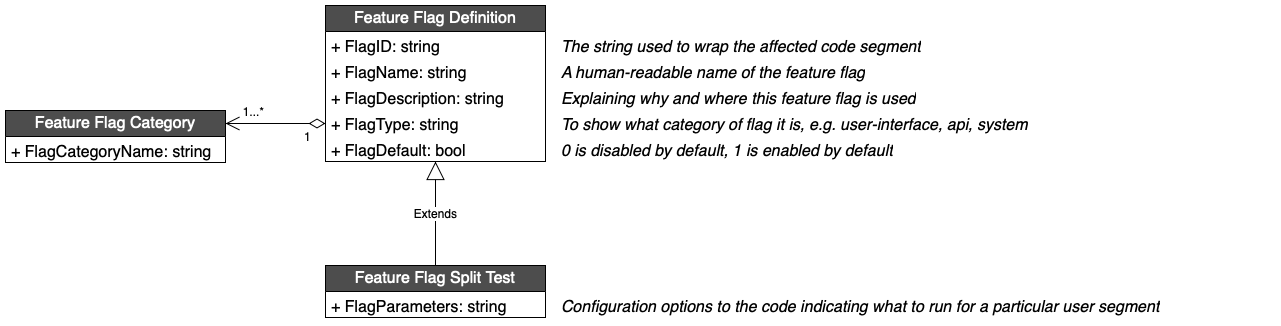
Earlier version of the draw.io export assets/img/blog/feature-flag-data-structure.png (jgraph/www.diagrams.net-source). Source tidied: cells renumbered, new cells last; positions are measured from the earlier drawing's top-left corner, leaving out a move shared by most shapes.
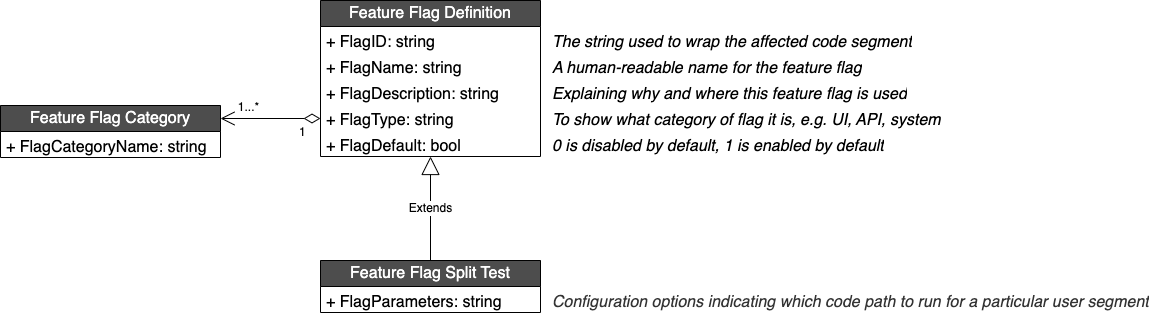
Later version of the same file.

What changed in the source:
```diff
@@ -20,23 +20,23 @@
     <mxCell id="7" value="+ FlagDefault: bool" style="text;strokeColor=none;fillColor=none;align=left;verticalAlign=top;spacingLeft=4;spacingRight=4;overflow=hidden;whiteSpace=wrap;html=1;fontSize=16;" parent="2" vertex="1">
       <mxGeometry y="130" width="220" height="26" as="geometry" />
     </mxCell>
-    <mxCell id="8" style="swimlane;fontStyle=2;horizontal=1;startSize=26;fillColor=none;whiteSpace=wrap;html=1;fontSize=16;strokeColor=none;" parent="1" vertex="1">
-      <mxGeometry x="550" width="720" height="156" as="geometry" />
+    <mxCell id="8" style="swimlane;fontStyle=2;horizontal=1;startSize=26;fillColor=none;whiteSpace=wrap;html=1;fontSize=16;strokeColor=none;fontColor=#333333;" parent="1" vertex="1">
+      <mxGeometry x="546" width="600" height="156" as="geometry" />
     </mxCell>
     <mxCell id="9" value="The string used to wrap the affected code segment" style="text;strokeColor=none;fillColor=none;align=left;verticalAlign=top;spacingLeft=4;spacingRight=4;overflow=hidden;whiteSpace=wrap;html=1;fontSize=16;fontStyle=2;" parent="8" vertex="1">
-      <mxGeometry y="26" width="720" height="26" as="geometry" />
+      <mxGeometry y="26" width="600" height="26" as="geometry" />
     </mxCell>
-    <mxCell id="10" value="A human-readable name of the feature flag" style="text;strokeColor=none;fillColor=none;align=left;verticalAlign=top;spacingLeft=4;spacingRight=4;overflow=hidden;whiteSpace=wrap;html=1;fontSize=16;fontStyle=2;" parent="8" vertex="1">
-      <mxGeometry y="52" width="720" height="26" as="geometry" />
+    <mxCell id="10" value="A human-readable name for the feature flag" style="text;strokeColor=none;fillColor=none;align=left;verticalAlign=top;spacingLeft=4;spacingRight=4;overflow=hidden;whiteSpace=wrap;html=1;fontSize=16;fontStyle=2;" parent="8" vertex="1">
+      <mxGeometry y="52" width="600" height="26" as="geometry" />
     </mxCell>
     <mxCell id="11" value="Explaining why and where this feature flag is used" style="text;strokeColor=none;fillColor=none;align=left;verticalAlign=top;spacingLeft=4;spacingRight=4;overflow=hidden;whiteSpace=wrap;html=1;fontSize=16;fontStyle=2;" parent="8" vertex="1">
-      <mxGeometry y="78" width="720" height="26" as="geometry" />
+      <mxGeometry y="78" width="600" height="26" as="geometry" />
     </mxCell>
-    <mxCell id="12" value="To show what category of flag it is, e.g. user-interface, api, system" style="text;strokeColor=none;fillColor=none;align=left;verticalAlign=top;spacingLeft=4;spacingRight=4;overflow=hidden;whiteSpace=wrap;html=1;fontSize=16;fontStyle=2;" parent="8" vertex="1">
-      <mxGeometry y="104" width="720" height="26" as="geometry" />
+    <mxCell id="12" value="To show what category of flag it is, e.g. UI, API, system" style="text;strokeColor=none;fillColor=none;align=left;verticalAlign=top;spacingLeft=4;spacingRight=4;overflow=hidden;whiteSpace=wrap;html=1;fontSize=16;fontStyle=2;" parent="8" vertex="1">
+      <mxGeometry y="104" width="600" height="26" as="geometry" />
     </mxCell>
     <mxCell id="13" value="0 is disabled by default, 1 is enabled by default" style="text;strokeColor=none;fillColor=none;align=left;verticalAlign=top;spacingLeft=4;spacingRight=4;overflow=hidden;whiteSpace=wrap;html=1;fontSize=16;fontStyle=2;" parent="8" vertex="1">
-      <mxGeometry y="130" width="720" height="26" as="geometry" />
+      <mxGeometry y="130" width="600" height="26" as="geometry" />
     </mxCell>
     <mxCell id="14" value="&lt;font color=&quot;#ffffff&quot;&gt;Feature Flag Split Test&lt;/font&gt;" style="swimlane;fontStyle=0;horizontal=1;startSize=26;fillColor=#4D4D4D;whiteSpace=wrap;html=1;fontSize=16;" parent="1" vertex="1">
       <mxGeometry x="320" y="260" width="220" height="52" as="geometry" />
@@ -44,8 +44,8 @@
     <mxCell id="15" value="+ FlagParameters: string" style="text;strokeColor=none;fillColor=none;align=left;verticalAlign=top;spacingLeft=4;spacingRight=4;overflow=hidden;whiteSpace=wrap;html=1;fontSize=16;" parent="14" vertex="1">
       <mxGeometry y="26" width="220" height="26" as="geometry" />
     </mxCell>
-    <mxCell id="16" value="Configuration options to the code indicating what to run for a particular user segment" style="text;strokeColor=none;fillColor=none;align=left;verticalAlign=top;spacingLeft=4;spacingRight=4;overflow=hidden;whiteSpace=wrap;html=1;fontSize=16;fontStyle=2;" parent="1" vertex="1">
-      <mxGeometry x="550" y="286" width="720" height="26" as="geometry" />
+    <mxCell id="16" value="Configuration options indicating which code path to run for a particular user segment" style="text;strokeColor=none;fillColor=none;align=left;verticalAlign=top;spacingLeft=4;spacingRight=4;overflow=hidden;whiteSpace=wrap;html=1;fontSize=16;fontStyle=2;fontColor=#333333;" parent="1" vertex="1">
+      <mxGeometry x="546" y="286" width="610" height="26" as="geometry" />
     </mxCell>
     <mxCell id="17" value="Extends" style="endArrow=block;endSize=16;endFill=0;html=1;rounded=0;fontSize=12;curved=1;" parent="1" edge="1" source="14" target="2">
       <mxGeometry relative="1" as="geometry" />
```
